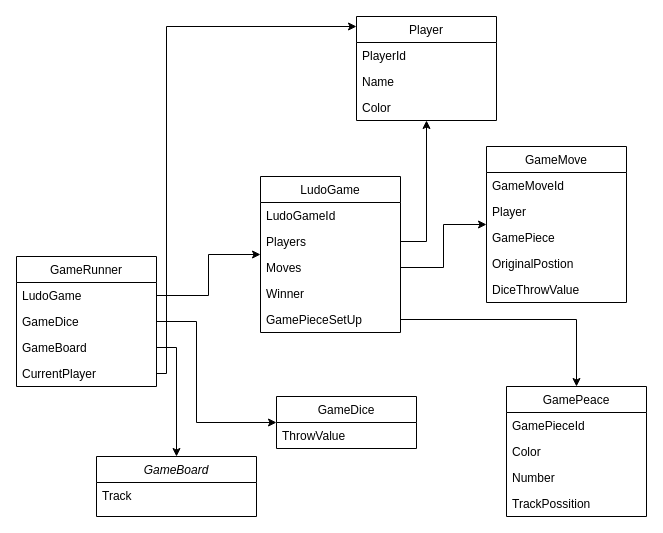
Before: Documentation/CRCDiagram.drawio in PGVSNH20/ludo-game-ludo1, a draw.io diagram. Source tidied: cells renumbered, new cells numbered last; positions are measured from the earlier drawing's top-left corner, leaving out a move shared by most shapes. Both pictures are drawn from the tidied source at 100%, with x=0, y=0 at pixel (16, 16).
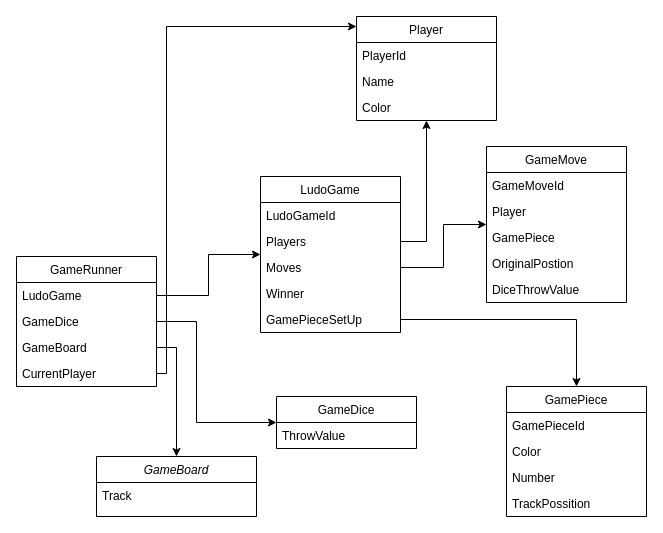
Above is the later version.

Commit message:
Changed peace to piece

Diff of the diagram source:
```diff
@@
-    <mxCell id="12" value="GamePeace" style="swimlane;fontStyle=0;horizontal=1;startSize=26;fillColor=none;" parent="1" vertex="1">
+    <mxCell id="12" value="GamePiece" style="swimlane;fontStyle=0;horizontal=1;startSize=26;fillColor=none;" parent="1" vertex="1">
       <mxGeometry x="490" y="370" width="140" height="130" as="geometry" />
     </mxCell>
```
